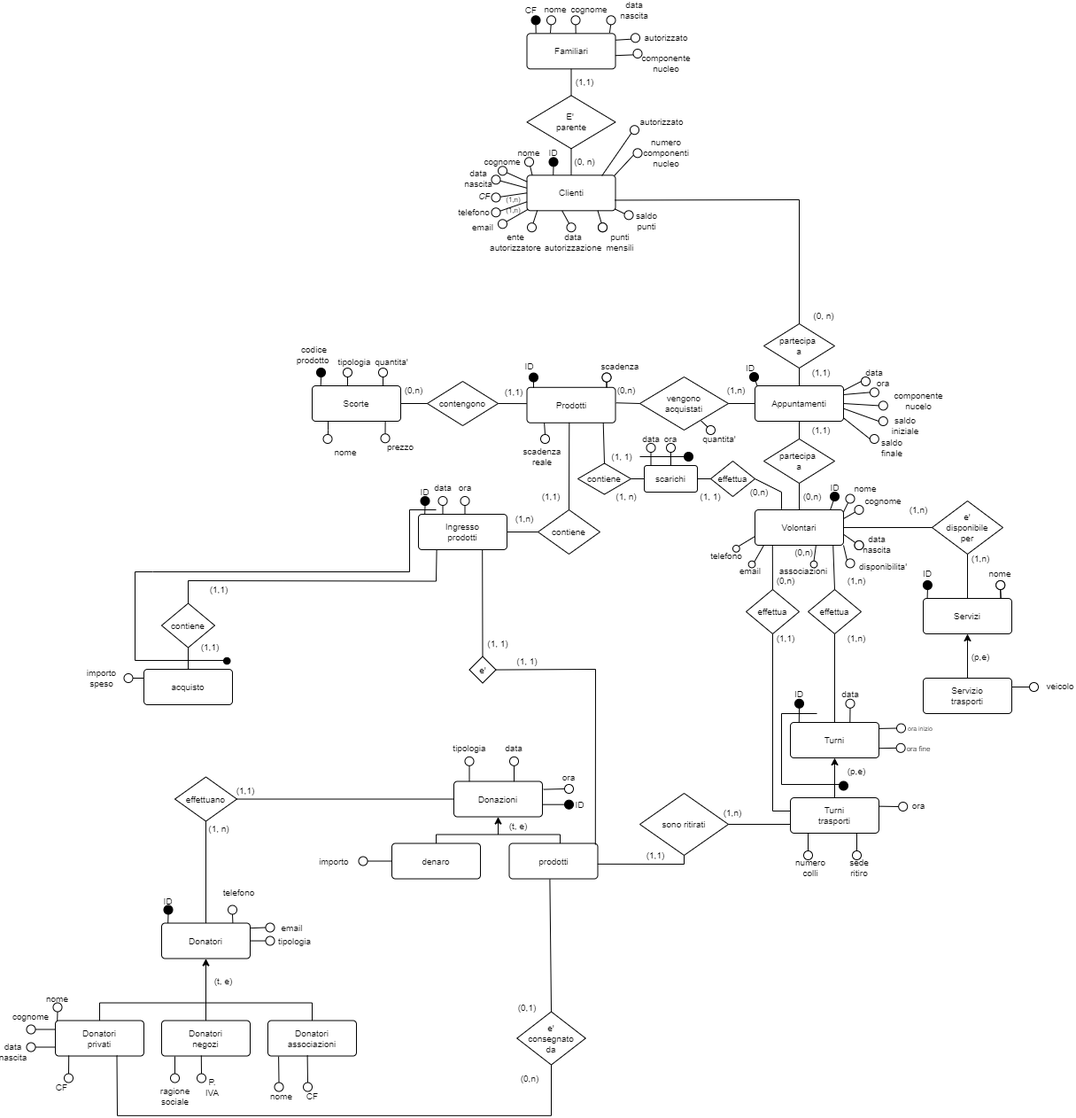
ChristianParodi/progetto-BDD keeps this draw.io diagram as parte_1/deliverable/media/social_market_v2.drawio.png. Above is the earlier version. Source tidied: cells renumbered, new cells last; positions are measured from the earlier drawing's top-left corner, leaving out a move shared by most shapes.
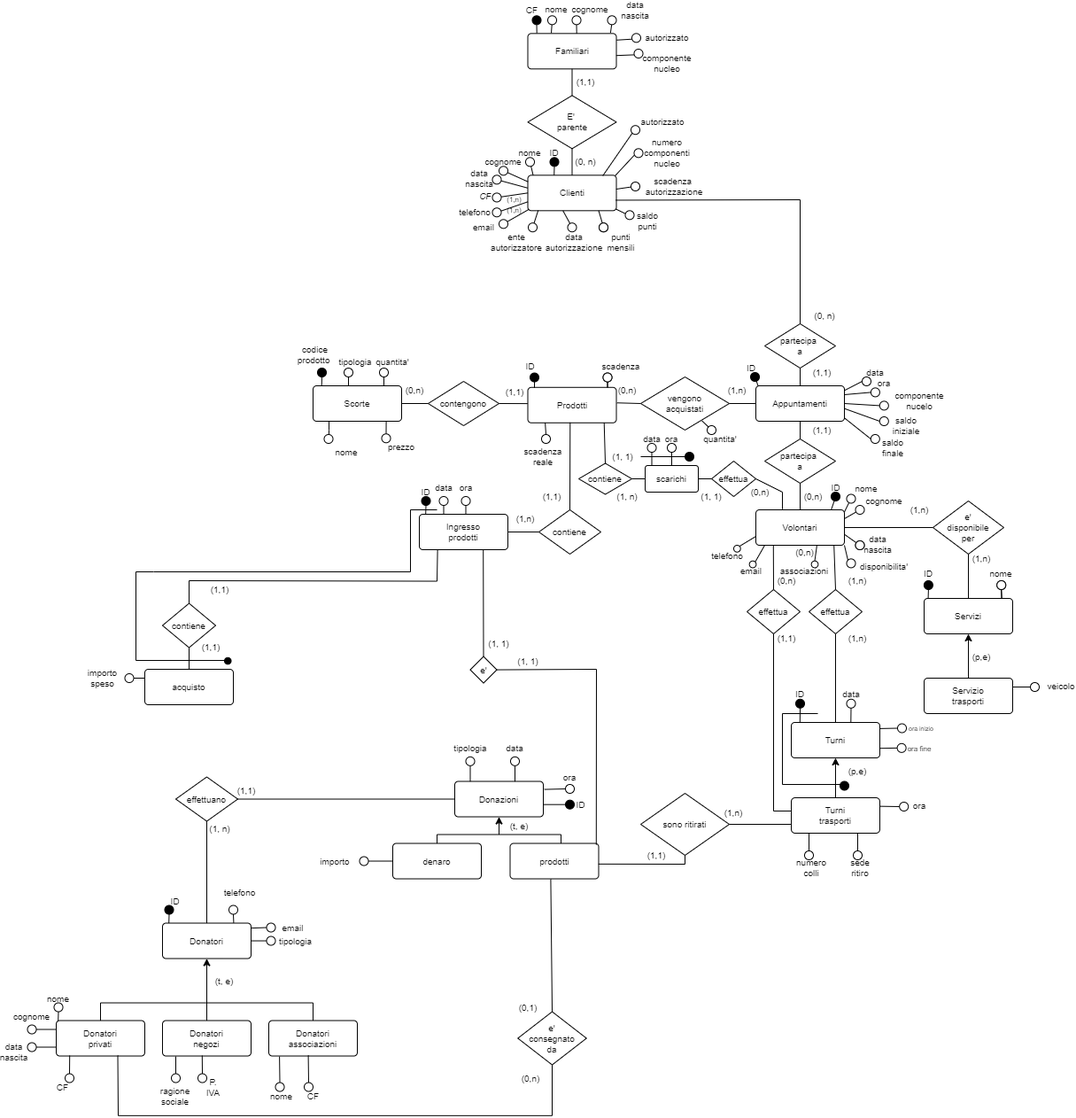
The same file after the commit.

The edit, as a diff of the source:
```diff
@@ -739,7 +739,7 @@
       <mxGeometry x="182.5" y="1016.5" width="10" height="10" as="geometry" />
     </mxCell>
     <mxCell id="226" value="ID" style="text;html=1;strokeColor=none;fillColor=none;align=center;verticalAlign=middle;whiteSpace=wrap;rounded=0;fontSize=10;" parent="1" vertex="1">
-      <mxGeometry x="175" y="1006.5" width="25" height="10" as="geometry" />
+      <mxGeometry x="182.5" y="1006.5" width="25" height="10" as="geometry" />
     </mxCell>
     <mxCell id="227" style="endArrow=none;html=1;rounded=0;exitX=0.804;exitY=-0.006;exitDx=0;exitDy=0;exitPerimeter=0;fontSize=10;" parent="1" edge="1" source="19" target="228">
       <mxGeometry relative="1" as="geometry" />
@@ -1277,5 +1277,14 @@
     <mxCell id="374" style="ellipse;whiteSpace=wrap;html=1;fillColor=#000000;fontSize=10;" parent="1" vertex="1">
       <mxGeometry x="945" y="876.5" width="10" height="10" as="geometry" />
     </mxCell>
+    <mxCell id="375" style="endArrow=none;html=1;rounded=0;exitX=0.998;exitY=0.392;exitDx=0;exitDy=0;exitPerimeter=0;fontSize=10;" parent="1" edge="1" source="2" target="376">
+      <mxGeometry relative="1" as="geometry" />
+    </mxCell>
+    <mxCell id="376" style="ellipse;whiteSpace=wrap;html=1;fontSize=10;" parent="1" vertex="1">
+      <mxGeometry x="709" y="200" width="10" height="10" as="geometry" />
+    </mxCell>
+    <mxCell id="377" value="scadenza&amp;nbsp;&lt;br&gt;autorizzazione" style="text;html=1;strokeColor=none;fillColor=none;align=center;verticalAlign=middle;whiteSpace=wrap;rounded=0;fontSize=10;" parent="1" vertex="1">
+      <mxGeometry x="742.5" y="200" width="30" height="10" as="geometry" />
+    </mxCell>
   </root>
 </mxGraphModel>
```
